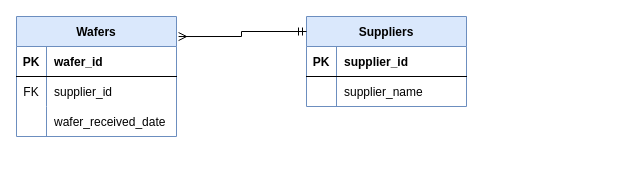
Before: May17 Diagram.drawio in paige71/Draw.io, a draw.io diagram. Source tidied: cells renumbered, new cells numbered last; positions are measured from the earlier drawing's top-left corner, leaving out a move shared by most shapes. Both pictures are drawn from the tidied source at 100%, with x=0, y=0 at pixel (16, 16).
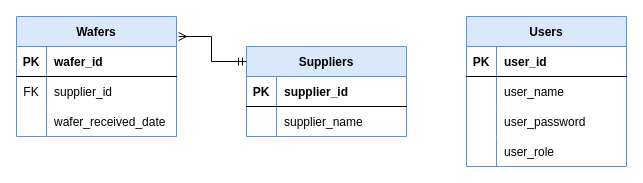
Above is the later version.

The edit, as a diff of the source:
```diff
@@
     <mxCell id="12" value="Suppliers" style="shape=table;startSize=30;childLayout=tableLayout;rowLines=0;fontStyle=1;align=center;fillColor=#dae8fc;strokeColor=#6c8ebf;" parent="1" vertex="1">
-      <mxGeometry x="290" width="160" height="90" as="geometry" />
+      <mxGeometry x="230" y="30" width="160" height="90" as="geometry" />
     </mxCell>
@@
+    <mxCell id="20" value="Users" style="shape=table;startSize=30;childLayout=tableLayout;rowLines=0;fontStyle=1;align=center;fillColor=#dae8fc;strokeColor=#6c8ebf;" parent="1" vertex="1">
+      <mxGeometry x="450" width="160" height="150" as="geometry" />
+    </mxCell>
+    <mxCell id="21" style="shape=partialRectangle;fillColor=none;top=0;left=0;bottom=1;right=0;" parent="20" vertex="1">
+      <mxGeometry y="30" width="160" height="30" as="geometry" />
+    </mxCell>
+    <mxCell id="22" value="PK" style="shape=partialRectangle;fillColor=none;top=0;left=0;bottom=0;right=0;fontStyle=1;overflow=hidden;" parent="21" vertex="1">
+      <mxGeometry width="30" height="30" as="geometry" />
+    </mxCell>
+    <mxCell id="23" value="user_id" style="shape=partialRectangle;fillColor=none;top=0;left=0;bottom=0;right=0;align=left;spacingLeft=6;fontStyle=1;overflow=hidden;" parent="21" vertex="1">
+      <mxGeometry x="30" width="130" height="30" as="geometry" />
+    </mxCell>
+    <mxCell id="24" style="shape=partialRectangle;fillColor=none;top=0;left=0;bottom=0;right=0;" parent="20" vertex="1">
+      <mxGeometry y="60" width="160" height="30" as="geometry" />
+    </mxCell>
+    <mxCell id="25" style="shape=partialRectangle;fillColor=none;top=0;left=0;bottom=0;right=0;overflow=hidden;" parent="24" vertex="1">
+      <mxGeometry width="30" height="30" as="geometry" />
+    </mxCell>
+    <mxCell id="26" value="user_name" style="shape=partialRectangle;fillColor=none;top=0;left=0;bottom=0;right=0;align=left;spacingLeft=6;overflow=hidden;" parent="24" vertex="1">
+      <mxGeometry x="30" width="130" height="30" as="geometry" />
+    </mxCell>
+    <mxCell id="27" style="shape=partialRectangle;fillColor=none;top=0;left=0;bottom=0;right=0;" parent="20" vertex="1">
+      <mxGeometry y="90" width="160" height="30" as="geometry" />
+    </mxCell>
+    <mxCell id="28" style="shape=partialRectangle;fillColor=none;top=0;left=0;bottom=0;right=0;overflow=hidden;" parent="27" vertex="1">
+      <mxGeometry width="30" height="30" as="geometry" />
+    </mxCell>
+    <mxCell id="29" value="user_password" style="shape=partialRectangle;fillColor=none;top=0;left=0;bottom=0;right=0;align=left;spacingLeft=6;overflow=hidden;" parent="27" vertex="1">
+      <mxGeometry x="30" width="130" height="30" as="geometry" />
+    </mxCell>
+    <mxCell id="30" style="shape=partialRectangle;fillColor=none;top=0;left=0;bottom=0;right=0;" parent="20" vertex="1">
+      <mxGeometry y="120" width="160" height="30" as="geometry" />
+    </mxCell>
+    <mxCell id="31" style="shape=partialRectangle;fillColor=none;top=0;left=0;bottom=0;right=0;overflow=hidden;" parent="30" vertex="1">
+      <mxGeometry width="30" height="30" as="geometry" />
+    </mxCell>
+    <mxCell id="32" value="user_role" style="shape=partialRectangle;fillColor=none;top=0;left=0;bottom=0;right=0;align=left;spacingLeft=6;overflow=hidden;" parent="30" vertex="1">
+      <mxGeometry x="30" width="130" height="30" as="geometry" />
+    </mxCell>
```
